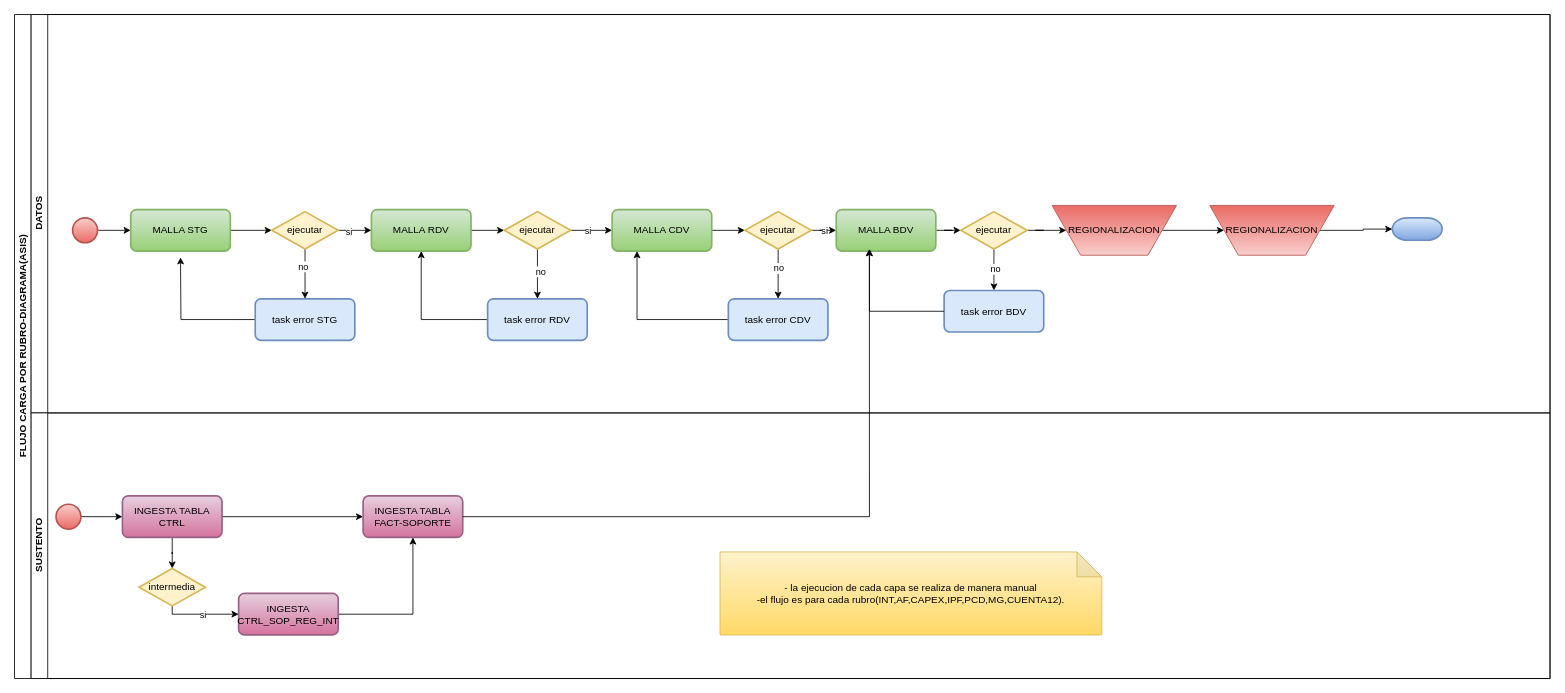
Earlier version of the draw.io diagram AS-IS diagrama orquestacion airflow.drawio (carlsromec/procesos-diagramas). Source tidied: cells renumbered, new cells numbered last; positions are measured from the earlier drawing's top-left corner, leaving out a move shared by most shapes. Both pictures are drawn from the tidied source at 83%, with x=0, y=0 at pixel (14, 14).
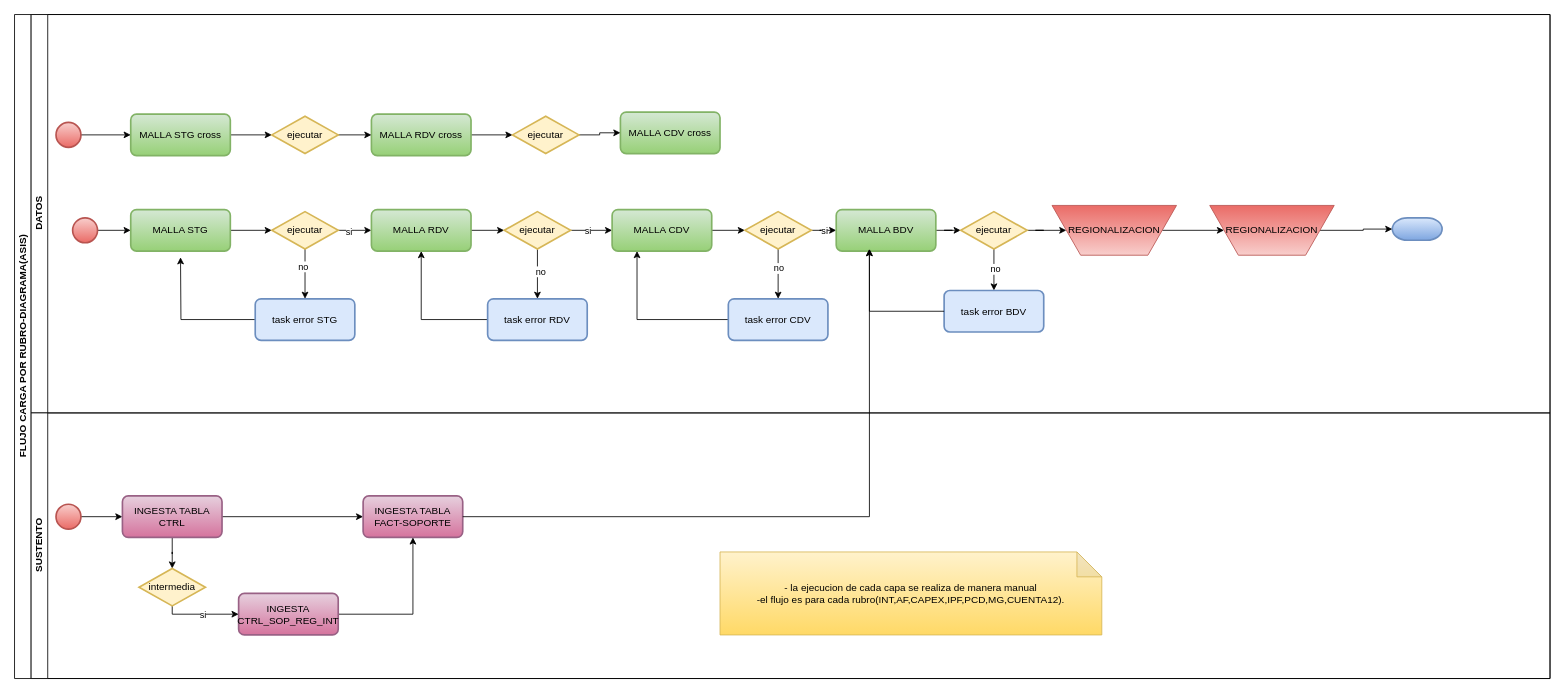
Above is the later version.

The change refers to these unchanged cells:
```xml
<mxCell id="3" value="DATOS" style="swimlane;startSize=20;horizontal=0;html=1;" parent="2" vertex="1">
  <mxGeometry x="20" width="1830" height="480" as="geometry" />
</mxCell>
```

What changed in the source:
```diff
@@
+    <mxCell id="60" style="edgeStyle=orthogonalEdgeStyle;rounded=0;jettySize=auto;html=1;" parent="3" edge="1" source="61" target="68">
+      <mxGeometry relative="1" as="geometry" />
+    </mxCell>
+    <mxCell id="61" value="MALLA STG cross" style="rounded=1;whiteSpace=wrap;html=1;absoluteArcSize=1;arcSize=14;strokeWidth=2;fillColor=#d5e8d4;strokeColor=#82b366;gradientColor=#97d077;" parent="3" vertex="1">
+      <mxGeometry x="120" y="120" width="120" height="50" as="geometry" />
+    </mxCell>
+    <mxCell id="62" style="edgeStyle=orthogonalEdgeStyle;rounded=0;jettySize=auto;html=1;" parent="3" edge="1" source="63" target="70">
+      <mxGeometry relative="1" as="geometry" />
+    </mxCell>
+    <mxCell id="63" value="MALLA RDV cross" style="rounded=1;whiteSpace=wrap;html=1;absoluteArcSize=1;arcSize=14;strokeWidth=2;fillColor=#d5e8d4;strokeColor=#82b366;gradientColor=#97d077;" parent="3" vertex="1">
+      <mxGeometry x="410" y="120" width="120" height="50" as="geometry" />
+    </mxCell>
+    <mxCell id="64" value="MALLA CDV cross" style="rounded=1;whiteSpace=wrap;html=1;absoluteArcSize=1;arcSize=14;strokeWidth=2;fillColor=#d5e8d4;strokeColor=#82b366;gradientColor=#97d077;" parent="3" vertex="1">
+      <mxGeometry x="710" y="117.5" width="120" height="50" as="geometry" />
+    </mxCell>
+    <mxCell id="65" style="edgeStyle=orthogonalEdgeStyle;rounded=0;jettySize=auto;html=1;" parent="3" edge="1" source="66" target="61">
+      <mxGeometry relative="1" as="geometry" />
+    </mxCell>
+    <mxCell id="66" style="strokeWidth=2;html=1;shape=mxgraph.flowchart.start_2;whiteSpace=wrap;fillColor=#f8cecc;gradientColor=#ea6b66;strokeColor=#b85450;" parent="3" vertex="1">
+      <mxGeometry x="30" y="130" width="30" height="30" as="geometry" />
+    </mxCell>
+    <mxCell id="67" style="edgeStyle=orthogonalEdgeStyle;rounded=0;jettySize=auto;html=1;" parent="3" edge="1" source="68" target="63">
+      <mxGeometry relative="1" as="geometry" />
+    </mxCell>
+    <mxCell id="68" value="ejecutar" style="strokeWidth=2;html=1;shape=mxgraph.flowchart.decision;whiteSpace=wrap;fillColor=#fff2cc;strokeColor=#d6b656;" parent="3" vertex="1">
+      <mxGeometry x="290" y="122.5" width="80" height="45" as="geometry" />
+    </mxCell>
+    <mxCell id="69" style="edgeStyle=orthogonalEdgeStyle;rounded=0;jettySize=auto;html=1;" parent="3" edge="1" source="70" target="64">
+      <mxGeometry relative="1" as="geometry" />
+    </mxCell>
+    <mxCell id="70" value="ejecutar" style="strokeWidth=2;html=1;shape=mxgraph.flowchart.decision;whiteSpace=wrap;fillColor=#fff2cc;strokeColor=#d6b656;" parent="3" vertex="1">
+      <mxGeometry x="580" y="122.5" width="80" height="45" as="geometry" />
+    </mxCell>
```
